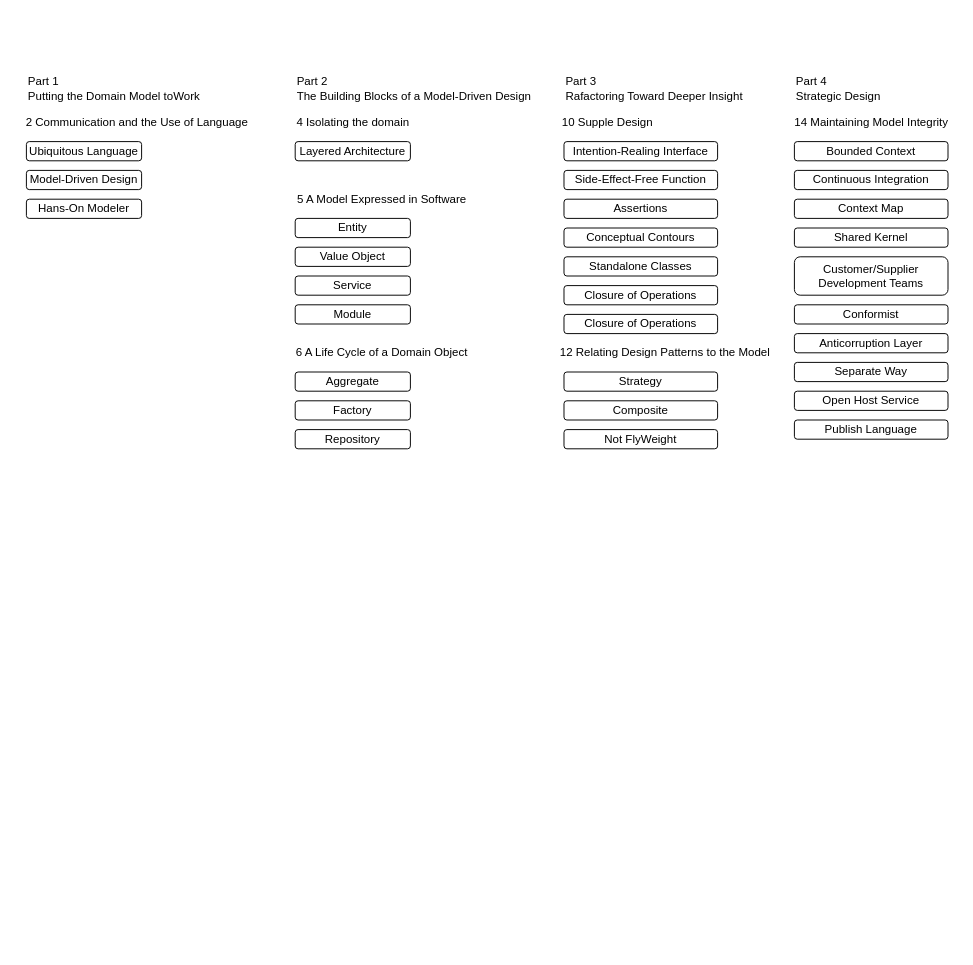
This is architecture/ddd.drawio from rabbitcount/drawio, a draw.io file, before an edit. Source tidied: cells renumbered, new cells numbered last; positions are measured from the earlier drawing's top-left corner, leaving out a move shared by most shapes. Both pictures are drawn from the tidied source at 96%, with x=0, y=0 at pixel (16, 74).
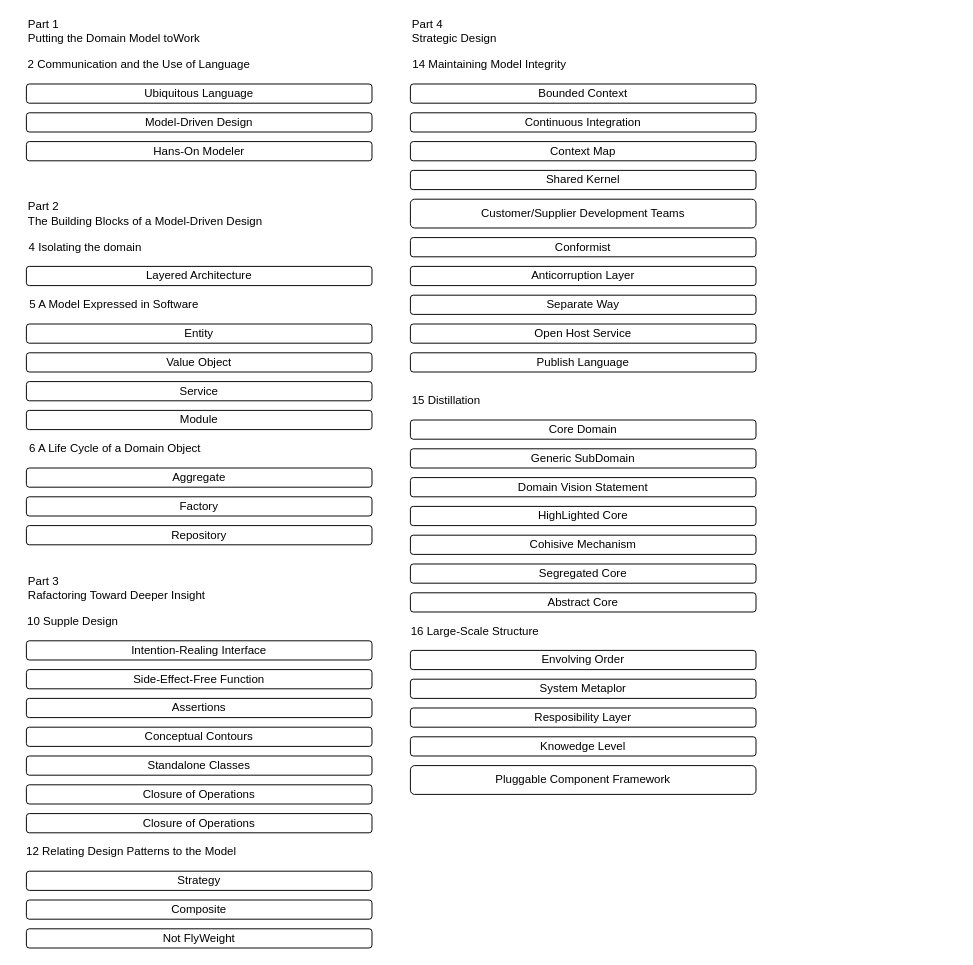
After the change.

Diff of the diagram source:
```diff
@@
     <mxCell id="2" value="Ubiquitous Language" style="rounded=1;whiteSpace=wrap;html=1;fillColor=none;" parent="1" vertex="1">
-      <mxGeometry x="10" y="70" width="120" height="20" as="geometry" />
+      <mxGeometry x="10" y="10" width="360" height="20" as="geometry" />
     </mxCell>
     <mxCell id="3" value="2 Communication and the Use of Language" style="text;html=1;align=center;verticalAlign=middle;" parent="1" vertex="1">
-      <mxGeometry y="40" width="250" height="20" as="geometry" />
+      <mxGeometry x="2" y="-20" width="250" height="20" as="geometry" />
     </mxCell>
     <mxCell id="4" value="Model-Driven Design" style="rounded=1;whiteSpace=wrap;html=1;fillColor=none;" parent="1" vertex="1">
-      <mxGeometry x="10" y="100" width="120" height="20" as="geometry" />
+      <mxGeometry x="10" y="40" width="360" height="20" as="geometry" />
     </mxCell>
     <mxCell id="5" value="Hans-On Modeler" style="rounded=1;whiteSpace=wrap;html=1;fillColor=none;" parent="1" vertex="1">
-      <mxGeometry x="10" y="130" width="120" height="20" as="geometry" />
+      <mxGeometry x="10" y="70" width="360" height="20" as="geometry" />
     </mxCell>
     <mxCell id="6" value="Layered Architecture" style="rounded=1;whiteSpace=wrap;html=1;fillColor=none;" parent="1" vertex="1">
-      <mxGeometry x="290" y="70" width="120" height="20" as="geometry" />
+      <mxGeometry x="10" y="200" width="360" height="20" as="geometry" />
     </mxCell>
     <mxCell id="7" value="Entity" style="rounded=1;whiteSpace=wrap;html=1;fillColor=none;" parent="1" vertex="1">
-      <mxGeometry x="290" y="150" width="120" height="20" as="geometry" />
+      <mxGeometry x="10" y="260" width="360" height="20" as="geometry" />
     </mxCell>
     <mxCell id="8" value="Value Object" style="rounded=1;whiteSpace=wrap;html=1;fillColor=none;" parent="1" vertex="1">
-      <mxGeometry x="290" y="180" width="120" height="20" as="geometry" />
+      <mxGeometry x="10" y="290" width="360" height="20" as="geometry" />
     </mxCell>
     <mxCell id="9" value="Service" style="rounded=1;whiteSpace=wrap;html=1;fillColor=none;" parent="1" vertex="1">
-      <mxGeometry x="290" y="210" width="120" height="20" as="geometry" />
+      <mxGeometry x="10" y="320" width="360" height="20" as="geometry" />
     </mxCell>
     <mxCell id="10" value="Module" style="rounded=1;whiteSpace=wrap;html=1;fillColor=none;" parent="1" vertex="1">
-      <mxGeometry x="290" y="240" width="120" height="20" as="geometry" />
+      <mxGeometry x="10" y="350" width="360" height="20" as="geometry" />
     </mxCell>
     <mxCell id="11" value="Part 1&lt;br&gt;Putting the Domain Model toWork" style="text;html=1;align=left;verticalAlign=middle;" parent="1" vertex="1">
-      <mxGeometry x="10" width="190" height="30" as="geometry" />
+      <mxGeometry x="10" y="-60" width="190" height="30" as="geometry" />
     </mxCell>
     <mxCell id="12" value="4 Isolating the domain" style="text;html=1;align=center;verticalAlign=middle;" parent="1" vertex="1">
-      <mxGeometry x="285" y="40" width="130" height="20" as="geometry" />
+      <mxGeometry x="6" y="170" width="130" height="20" as="geometry" />
     </mxCell>
     <mxCell id="13" value="5 A Model Expressed in Software" style="text;html=1;align=center;verticalAlign=middle;" parent="1" vertex="1">
-      <mxGeometry x="285" y="120" width="190" height="20" as="geometry" />
+      <mxGeometry x="6" y="230" width="190" height="20" as="geometry" />
     </mxCell>
     <mxCell id="14" value="6 A Life Cycle of a Domain Object" style="text;html=1;align=center;verticalAlign=middle;" parent="1" vertex="1">
-      <mxGeometry x="285" y="280" width="190" height="20" as="geometry" />
+      <mxGeometry x="7" y="380" width="190" height="20" as="geometry" />
     </mxCell>
     <mxCell id="15" value="Aggregate" style="rounded=1;whiteSpace=wrap;html=1;fillColor=none;" parent="1" vertex="1">
-      <mxGeometry x="290" y="310" width="120" height="20" as="geometry" />
+      <mxGeometry x="10" y="410" width="360" height="20" as="geometry" />
     </mxCell>
     <mxCell id="16" value="Factory" style="rounded=1;whiteSpace=wrap;html=1;fillColor=none;" parent="1" vertex="1">
-      <mxGeometry x="290" y="340" width="120" height="20" as="geometry" />
+      <mxGeometry x="10" y="440" width="360" height="20" as="geometry" />
     </mxCell>
     <mxCell id="17" value="Repository" style="rounded=1;whiteSpace=wrap;html=1;fillColor=none;" parent="1" vertex="1">
-      <mxGeometry x="290" y="370" width="120" height="20" as="geometry" />
+      <mxGeometry x="10" y="470" width="360" height="20" as="geometry" />
     </mxCell>
     <mxCell id="18" value="Part 2&lt;br&gt;The Building Blocks of a Model-Driven Design" style="text;html=1;align=left;verticalAlign=middle;" parent="1" vertex="1">
-      <mxGeometry x="290" width="260" height="30" as="geometry" />
+      <mxGeometry x="10" y="130" width="260" height="30" as="geometry" />
     </mxCell>
     <mxCell id="19" value="Part 3&lt;br&gt;Rafactoring Toward Deeper Insight" style="text;html=1;align=left;verticalAlign=middle;" parent="1" vertex="1">
-      <mxGeometry x="570" width="200" height="30" as="geometry" />
+      <mxGeometry x="10" y="520" width="200" height="30" as="geometry" />
     </mxCell>
     <mxCell id="20" value="Intention-Realing Interface" style="rounded=1;whiteSpace=wrap;html=1;fillColor=none;" parent="1" vertex="1">
-      <mxGeometry x="570" y="70" width="160" height="20" as="geometry" />
+      <mxGeometry x="10" y="590" width="360" height="20" as="geometry" />
     </mxCell>
     <mxCell id="21" value="10 Supple Design" style="text;html=1;align=center;verticalAlign=middle;" parent="1" vertex="1">
-      <mxGeometry x="560" y="40" width="110" height="20" as="geometry" />
+      <mxGeometry x="3" y="560" width="110" height="20" as="geometry" />
     </mxCell>
     <mxCell id="22" value="Side-Effect-Free Function" style="rounded=1;whiteSpace=wrap;html=1;fillColor=none;" parent="1" vertex="1">
-      <mxGeometry x="570" y="100" width="160" height="20" as="geometry" />
+      <mxGeometry x="10" y="620" width="360" height="20" as="geometry" />
     </mxCell>
     <mxCell id="23" value="Assertions" style="rounded=1;whiteSpace=wrap;html=1;fillColor=none;" parent="1" vertex="1">
-      <mxGeometry x="570" y="130" width="160" height="20" as="geometry" />
+      <mxGeometry x="10" y="650" width="360" height="20" as="geometry" />
     </mxCell>
     <mxCell id="24" value="Conceptual Contours" style="rounded=1;whiteSpace=wrap;html=1;fillColor=none;" parent="1" vertex="1">
-      <mxGeometry x="570" y="160" width="160" height="20" as="geometry" />
+      <mxGeometry x="10" y="680" width="360" height="20" as="geometry" />
     </mxCell>
     <mxCell id="25" value="Standalone Classes" style="rounded=1;whiteSpace=wrap;html=1;fillColor=none;" parent="1" vertex="1">
-      <mxGeometry x="570" y="190" width="160" height="20" as="geometry" />
+      <mxGeometry x="10" y="710" width="360" height="20" as="geometry" />
     </mxCell>
     <mxCell id="26" value="Closure of Operations" style="rounded=1;whiteSpace=wrap;html=1;fillColor=none;" parent="1" vertex="1">
-      <mxGeometry x="570" y="220" width="160" height="20" as="geometry" />
+      <mxGeometry x="10" y="740" width="360" height="20" as="geometry" />
     </mxCell>
     <mxCell id="27" value="Closure of Operations" style="rounded=1;whiteSpace=wrap;html=1;fillColor=none;" parent="1" vertex="1">
-      <mxGeometry x="570" y="250" width="160" height="20" as="geometry" />
+      <mxGeometry x="10" y="770" width="360" height="20" as="geometry" />
     </mxCell>
     <mxCell id="28" value="12 Relating Design Patterns to the Model" style="text;html=1;align=center;verticalAlign=middle;" parent="1" vertex="1">
-      <mxGeometry x="560" y="280" width="230" height="20" as="geometry" />
+      <mxGeometry x="4" y="800" width="230" height="20" as="geometry" />
     </mxCell>
     <mxCell id="29" value="Strategy" style="rounded=1;whiteSpace=wrap;html=1;fillColor=none;" parent="1" vertex="1">
-      <mxGeometry x="570" y="310" width="160" height="20" as="geometry" />
+      <mxGeometry x="10" y="830" width="360" height="20" as="geometry" />
     </mxCell>
     <mxCell id="30" value="Composite" style="rounded=1;whiteSpace=wrap;html=1;fillColor=none;" parent="1" vertex="1">
-      <mxGeometry x="570" y="340" width="160" height="20" as="geometry" />
+      <mxGeometry x="10" y="860" width="360" height="20" as="geometry" />
     </mxCell>
     <mxCell id="31" value="Not FlyWeight" style="rounded=1;whiteSpace=wrap;html=1;fillColor=none;" parent="1" vertex="1">
-      <mxGeometry x="570" y="370" width="160" height="20" as="geometry" />
+      <mxGeometry x="10" y="890" width="360" height="20" as="geometry" />
     </mxCell>
     <mxCell id="32" value="Part 4&lt;br&gt;Strategic Design" style="text;html=1;align=left;verticalAlign=middle;" parent="1" vertex="1">
-      <mxGeometry x="810" width="100" height="30" as="geometry" />
+      <mxGeometry x="410" y="-60" width="100" height="30" as="geometry" />
     </mxCell>
     <mxCell id="33" value="14 Maintaining Model Integrity" style="text;html=1;align=center;verticalAlign=middle;" parent="1" vertex="1">
-      <mxGeometry x="800" y="40" width="180" height="20" as="geometry" />
+      <mxGeometry x="402" y="-20" width="180" height="20" as="geometry" />
     </mxCell>
     <mxCell id="34" value="Bounded Context" style="rounded=1;whiteSpace=wrap;html=1;fillColor=none;" parent="1" vertex="1">
-      <mxGeometry x="810" y="70" width="160" height="20" as="geometry" />
+      <mxGeometry x="410" y="10" width="360" height="20" as="geometry" />
     </mxCell>
     <mxCell id="35" value="Continuous Integration" style="rounded=1;whiteSpace=wrap;html=1;fillColor=none;" parent="1" vertex="1">
-      <mxGeometry x="810" y="100" width="160" height="20" as="geometry" />
+      <mxGeometry x="410" y="40" width="360" height="20" as="geometry" />
     </mxCell>
     <mxCell id="36" value="Context Map" style="rounded=1;whiteSpace=wrap;html=1;fillColor=none;" parent="1" vertex="1">
-      <mxGeometry x="810" y="130" width="160" height="20" as="geometry" />
+      <mxGeometry x="410" y="70" width="360" height="20" as="geometry" />
     </mxCell>
     <mxCell id="37" value="Shared Kernel" style="rounded=1;whiteSpace=wrap;html=1;fillColor=none;" parent="1" vertex="1">
-      <mxGeometry x="810" y="160" width="160" height="20" as="geometry" />
+      <mxGeometry x="410" y="100" width="360" height="20" as="geometry" />
     </mxCell>
     <mxCell id="38" value="Customer/Supplier Development Teams" style="rounded=1;whiteSpace=wrap;html=1;fillColor=none;" parent="1" vertex="1">
-      <mxGeometry x="810" y="190" width="160" height="40" as="geometry" />
+      <mxGeometry x="410" y="130" width="360" height="30" as="geometry" />
     </mxCell>
     <mxCell id="39" value="Conformist" style="rounded=1;whiteSpace=wrap;html=1;fillColor=none;" parent="1" vertex="1">
-      <mxGeometry x="810" y="240" width="160" height="20" as="geometry" />
+      <mxGeometry x="410" y="170" width="360" height="20" as="geometry" />
     </mxCell>
     <mxCell id="40" value="Anticorruption Layer" style="rounded=1;whiteSpace=wrap;html=1;fillColor=none;" parent="1" vertex="1">
-      <mxGeometry x="810" y="270" width="160" height="20" as="geometry" />
+      <mxGeometry x="410" y="200" width="360" height="20" as="geometry" />
     </mxCell>
     <mxCell id="41" value="Separate Way" style="rounded=1;whiteSpace=wrap;html=1;fillColor=none;" parent="1" vertex="1">
-      <mxGeometry x="810" y="300" width="160" height="20" as="geometry" />
+      <mxGeometry x="410" y="230" width="360" height="20" as="geometry" />
     </mxCell>
     <mxCell id="42" value="Open Host Service" style="rounded=1;whiteSpace=wrap;html=1;fillColor=none;" parent="1" vertex="1">
-      <mxGeometry x="810" y="330" width="160" height="20" as="geometry" />
+      <mxGeometry x="410" y="260" width="360" height="20" as="geometry" />
     </mxCell>
     <mxCell id="43" value="Publish Language" style="rounded=1;whiteSpace=wrap;html=1;fillColor=none;" parent="1" vertex="1">
-      <mxGeometry x="810" y="360" width="160" height="20" as="geometry" />
+      <mxGeometry x="410" y="290" width="360" height="20" as="geometry" />
     </mxCell>
+    <mxCell id="44" value="Core Domain" style="rounded=1;whiteSpace=wrap;html=1;fillColor=none;" parent="1" vertex="1">
+      <mxGeometry x="410" y="360" width="360" height="20" as="geometry" />
+    </mxCell>
+    <mxCell id="45" value="15 Distillation" style="text;html=1;align=center;verticalAlign=middle;" parent="1" vertex="1">
+      <mxGeometry x="402" y="330" width="90" height="20" as="geometry" />
+    </mxCell>
+    <mxCell id="46" value="Generic SubDomain" style="rounded=1;whiteSpace=wrap;html=1;fillColor=none;" parent="1" vertex="1">
+      <mxGeometry x="410" y="390" width="360" height="20" as="geometry" />
+    </mxCell>
+    <mxCell id="47" value="Domain Vision Statement" style="rounded=1;whiteSpace=wrap;html=1;fillColor=none;" parent="1" vertex="1">
+      <mxGeometry x="410" y="420" width="360" height="20" as="geometry" />
+    </mxCell>
+    <mxCell id="48" value="HighLighted Core" style="rounded=1;whiteSpace=wrap;html=1;fillColor=none;" parent="1" vertex="1">
+      <mxGeometry x="410" y="450" width="360" height="20" as="geometry" />
+    </mxCell>
+    <mxCell id="49" value="Cohisive Mechanism" style="rounded=1;whiteSpace=wrap;html=1;fillColor=none;" parent="1" vertex="1">
+      <mxGeometry x="410" y="480" width="360" height="20" as="geometry" />
+    </mxCell>
+    <mxCell id="50" value="Segregated Core" style="rounded=1;whiteSpace=wrap;html=1;fillColor=none;" parent="1" vertex="1">
+      <mxGeometry x="410" y="510" width="360" height="20" as="geometry" />
+    </mxCell>
+    <mxCell id="51" value="Abstract Core" style="rounded=1;whiteSpace=wrap;html=1;fillColor=none;" parent="1" vertex="1">
+      <mxGeometry x="410" y="540" width="360" height="20" as="geometry" />
+    </mxCell>
+    <mxCell id="52" value="16 Large-Scale Structure" style="text;html=1;align=center;verticalAlign=middle;" parent="1" vertex="1">
+      <mxGeometry x="402" y="570" width="150" height="20" as="geometry" />
+    </mxCell>
+    <mxCell id="53" value="Envolving Order" style="rounded=1;whiteSpace=wrap;html=1;fillColor=none;" parent="1" vertex="1">
+      <mxGeometry x="410" y="600" width="360" height="20" as="geometry" />
+    </mxCell>
+    <mxCell id="54" value="System Metaplor" style="rounded=1;whiteSpace=wrap;html=1;fillColor=none;" parent="1" vertex="1">
+      <mxGeometry x="410" y="630" width="360" height="20" as="geometry" />
+    </mxCell>
+    <mxCell id="55" value="Resposibility Layer" style="rounded=1;whiteSpace=wrap;html=1;fillColor=none;" parent="1" vertex="1">
+      <mxGeometry x="410" y="660" width="360" height="20" as="geometry" />
+    </mxCell>
+    <mxCell id="56" value="Knowedge Level" style="rounded=1;whiteSpace=wrap;html=1;fillColor=none;" parent="1" vertex="1">
+      <mxGeometry x="410" y="690" width="360" height="20" as="geometry" />
+    </mxCell>
+    <mxCell id="57" value="Pluggable Component Framework" style="rounded=1;whiteSpace=wrap;html=1;fillColor=none;" parent="1" vertex="1">
+      <mxGeometry x="410" y="720" width="360" height="30" as="geometry" />
+    </mxCell>
```
